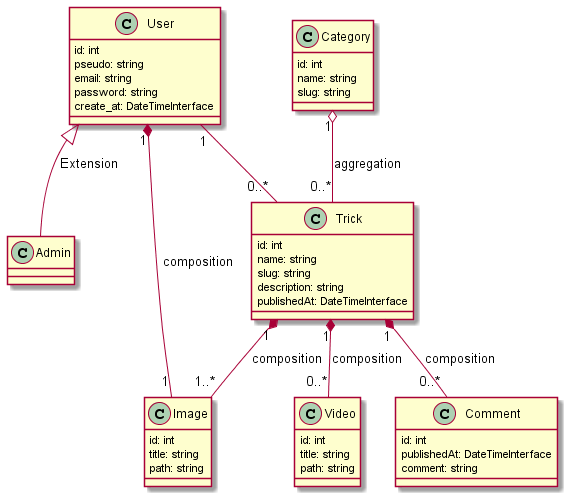
sjaulin/snowtricks keeps this PlantUML diagram as uml/Classes.png. Above is the earlier version.
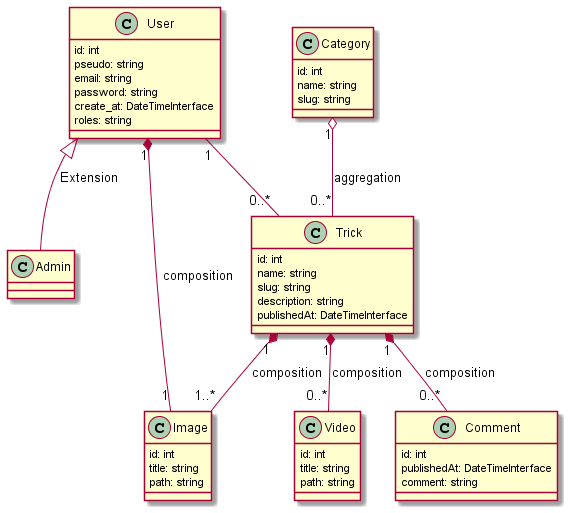
Later version of the same file.

Change to the diagram source:
```diff
@@ -5,6 +5,7 @@
             {field} email: string
             {field} password: string
             {field} create_at: DateTimeInterface
+            {field} roles: string
         }
 
         class Admin
```
